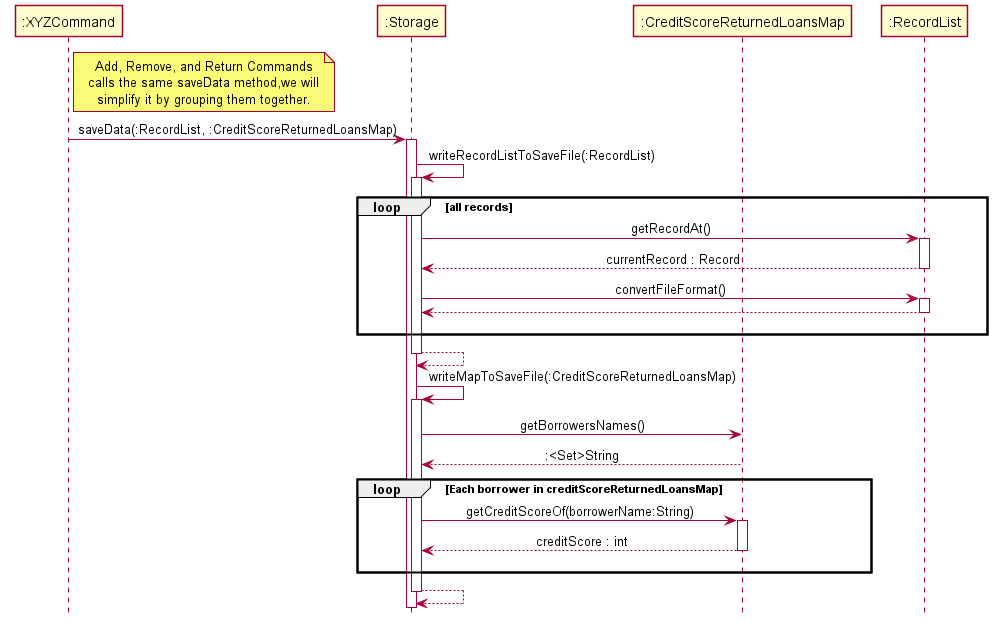
Earlier version of the PlantUML export docs/img/StorageSequenceDiagramSave.png (nus-cs2113-AY2021S2/tp).
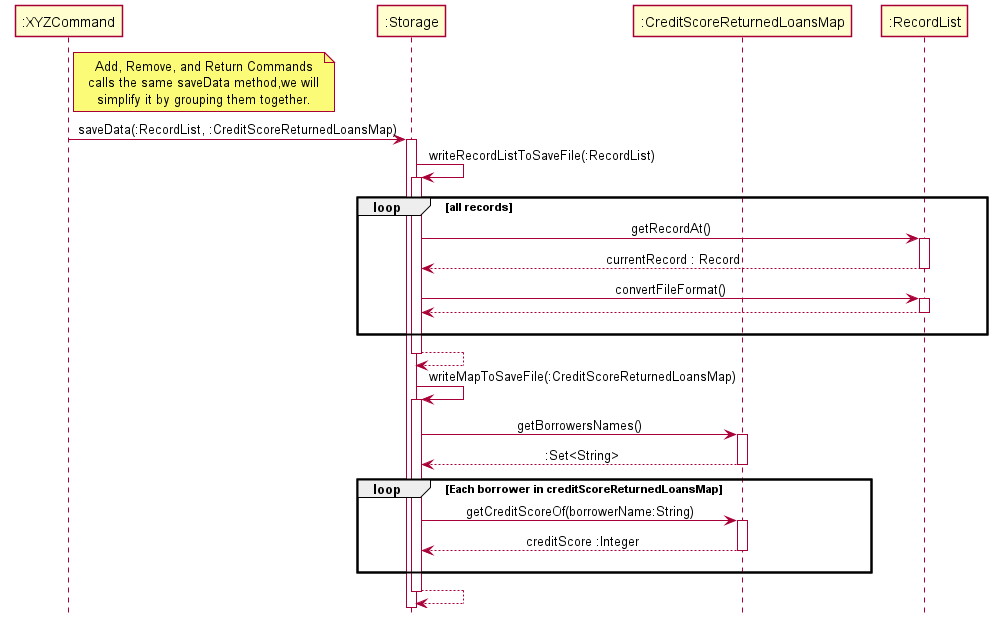
After the change.

What changed in the source:
```diff
@@ -35,11 +35,13 @@
 
 activate Storage
 Storage -> CSRLM : getBorrowersNames()
-CSRLM --> Storage :  :<Set>String
+activate CSRLM
+CSRLM --> Storage :  :Set<String>
+deactivate CSRLM
 Loop Each borrower in creditScoreReturnedLoansMap
 Storage -> CSRLM : getCreditScoreOf(borrowerName:String)
 activate CSRLM
-CSRLM --> Storage : creditScore : int
+CSRLM --> Storage : creditScore :Integer
 deactivate CSRLM
 CSRLM --[Hidden]> Storage
 end loop
```
